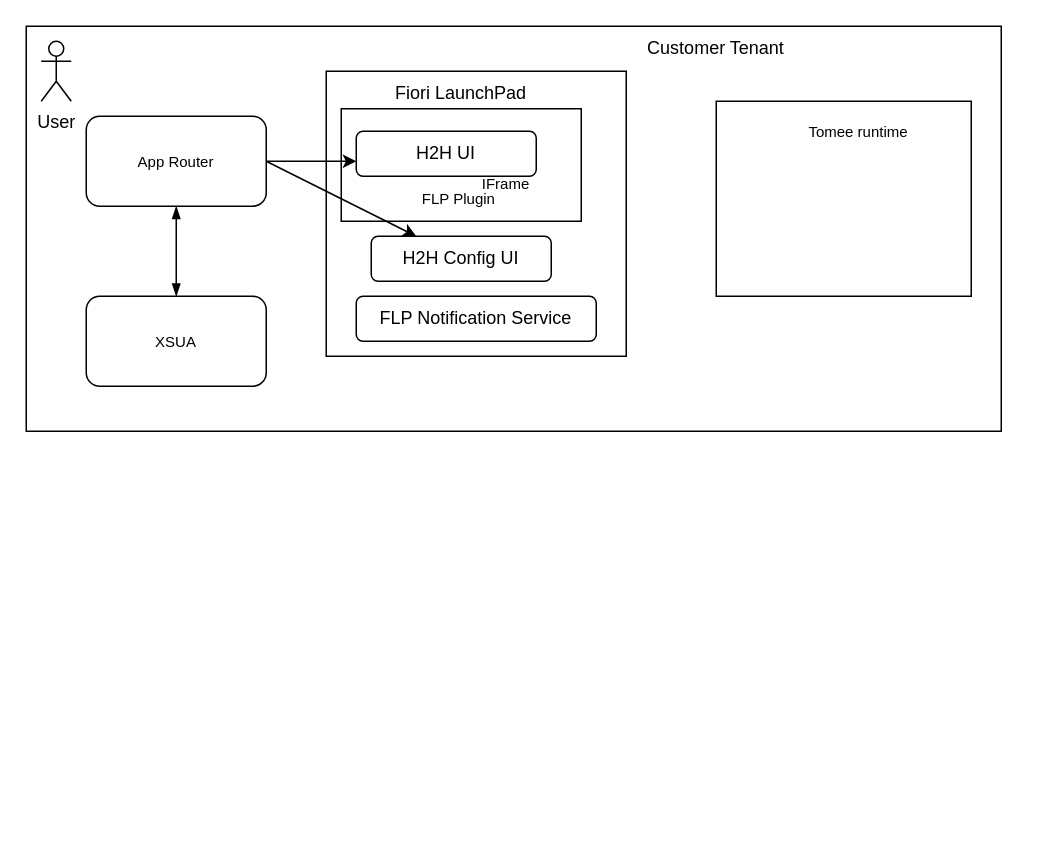
Before: Untitled Diagram.drawio in rmriju/TestWorkPublic, a draw.io diagram. Source tidied: cells renumbered, new cells numbered last; positions are measured from the earlier drawing's top-left corner, leaving out a move shared by most shapes. Both pictures are drawn from the tidied source at 150%, with x=0, y=0 at pixel (26, 26).
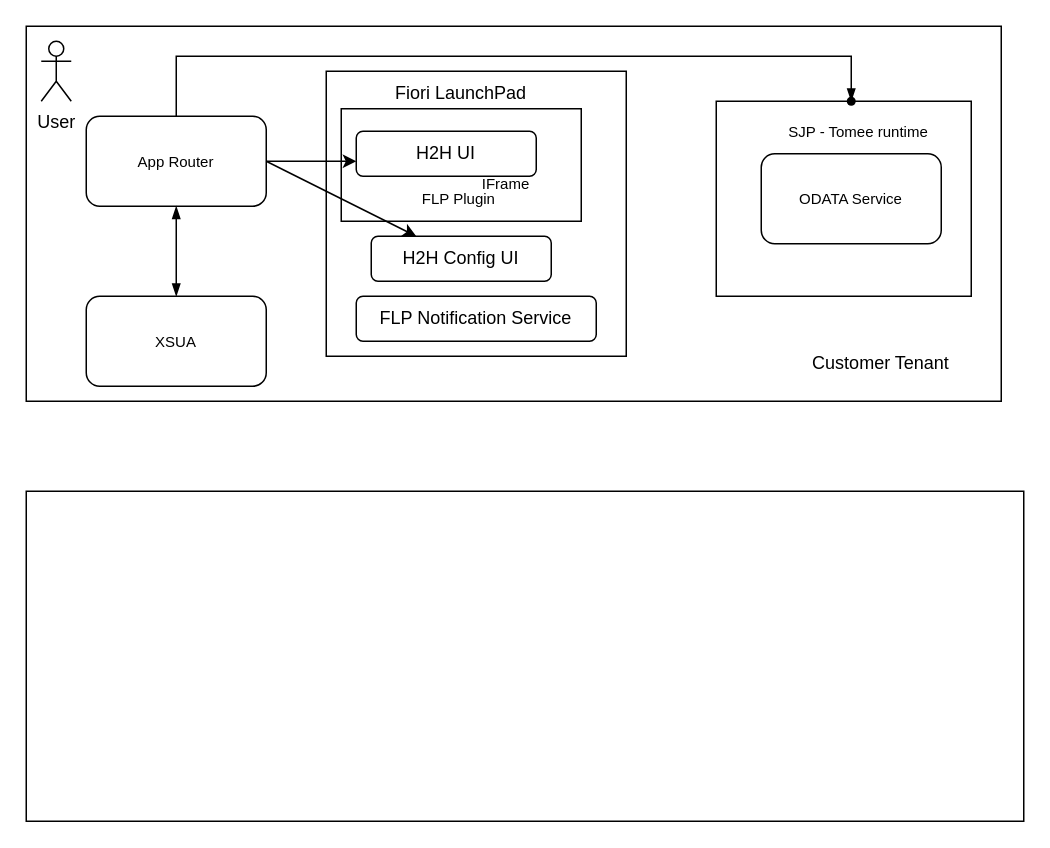
The same diagram, later.

The change refers to these unchanged cells:
```xml
<mxCell id="14" value="App Router" style="rounded=1;whiteSpace=wrap;html=1;fontSize=10;" parent="1" vertex="1">
  <mxGeometry x="40" y="60" width="120" height="60" as="geometry" />
</mxCell>
```

Change to the diagram source:
```diff
@@
     <mxCell id="2" style="rounded=0;whiteSpace=wrap;html=1;" parent="1" vertex="1">
-      <mxGeometry width="650" height="270" as="geometry" />
+      <mxGeometry width="650" height="250" as="geometry" />
     </mxCell>
@@
     <mxCell id="4" value="Customer Tenant" style="text;html=1;strokeColor=none;fillColor=none;align=center;verticalAlign=middle;whiteSpace=wrap;rounded=0;" parent="1" vertex="1">
-      <mxGeometry x="400" width="120" height="30" as="geometry" />
+      <mxGeometry x="510" y="210" width="120" height="30" as="geometry" />
     </mxCell>
@@
+    <mxCell id="21" style="edgeStyle=orthogonalEdgeStyle;rounded=0;jettySize=auto;html=1;fontSize=10;startArrow=none;startFill=0;endArrow=blockThin;endFill=1;" parent="1" edge="1" source="14" target="23">
+      <mxGeometry relative="1" as="geometry">
+        <Array as="points">
+          <mxPoint x="100" y="20" />
+          <mxPoint x="550" y="20" />
+        </Array>
+      </mxGeometry>
+    </mxCell>
@@
-    <mxCell id="20" value="Tomee runtime" style="text;html=1;strokeColor=none;fillColor=none;align=center;verticalAlign=middle;whiteSpace=wrap;rounded=0;fontSize=10;" parent="1" vertex="1">
+    <mxCell id="20" value="SJP - Tomee runtime" style="text;html=1;strokeColor=none;fillColor=none;align=center;verticalAlign=middle;whiteSpace=wrap;rounded=0;fontSize=10;" parent="1" vertex="1">
       <mxGeometry x="500" y="60" width="110" height="20" as="geometry" />
     </mxCell>
+    <mxCell id="22" value="ODATA Service" style="rounded=1;whiteSpace=wrap;html=1;fontSize=10;" parent="1" vertex="1">
+      <mxGeometry x="490" y="85" width="120" height="60" as="geometry" />
+    </mxCell>
+    <mxCell id="23" style="shape=waypoint;sketch=0;size=6;points=[];fillColor=default;perimeter=centerPerimeter;snapToPoint=1;fontSize=10;rounded=1;" parent="1" vertex="1">
+      <mxGeometry x="530" y="30" width="40" height="40" as="geometry" />
+    </mxCell>
+    <mxCell id="24" style="rounded=0;whiteSpace=wrap;html=1;fontSize=10;" parent="1" vertex="1">
+      <mxGeometry y="310" width="665" height="220" as="geometry" />
+    </mxCell>
```
